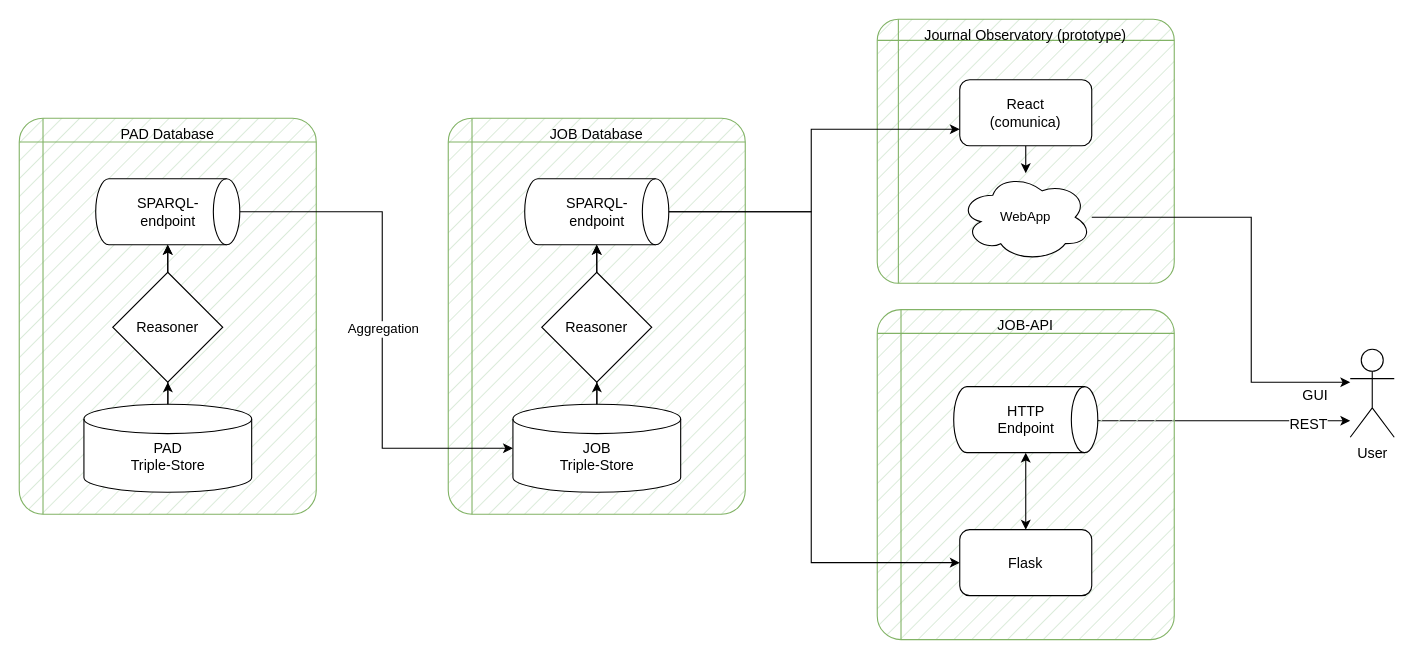
Before: page "Prototype" (4 of 4) of docs/job_prototype.drawio in CWTSLeiden/Journal-Observatory-data, a draw.io diagram. Source tidied: cells renumbered, new cells numbered last; positions are measured from the earlier drawing's top-left corner, leaving out a move shared by most shapes. Both pictures are drawn from the tidied source at 110%, with x=0, y=0 at pixel (19, 19).
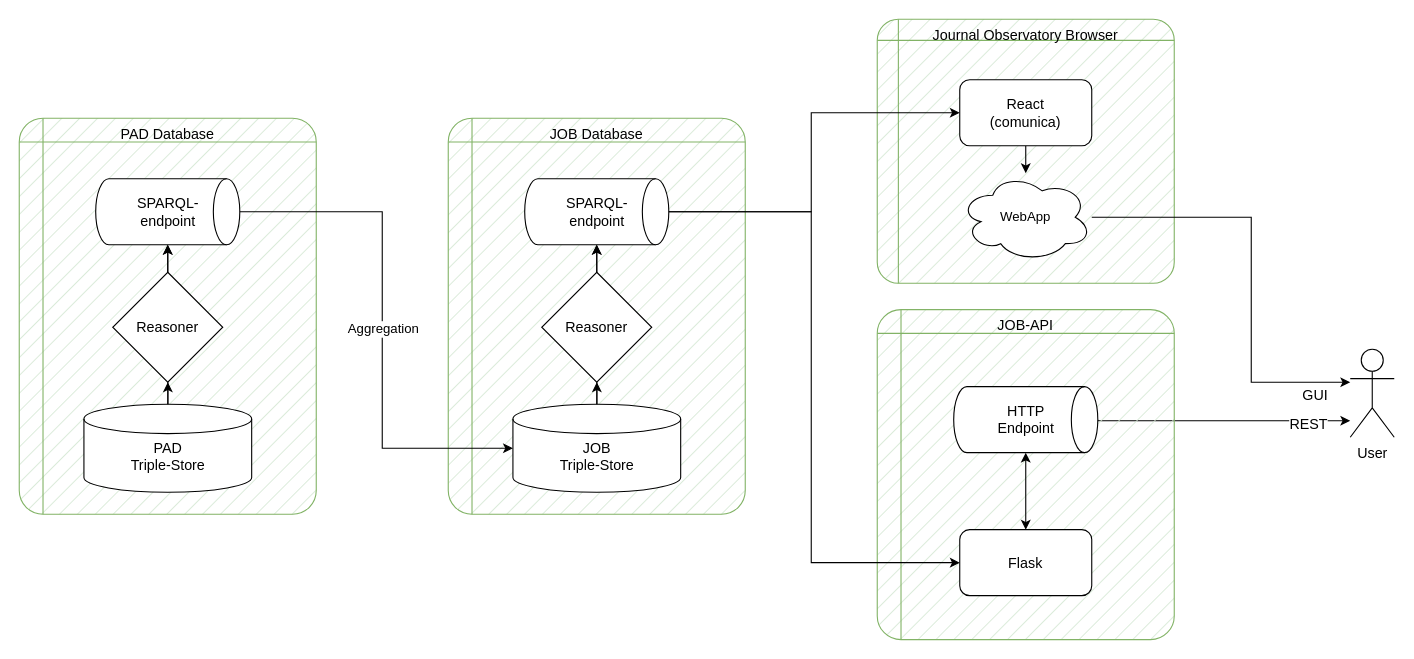
Above is the later version.

Unchanged cells that the change refers to:
```xml
<mxCell id="10" style="group;" parent="1" vertex="1">
  <mxGeometry x="780" width="270" height="240" as="geometry" />
</mxCell>
<mxCell id="13" value="React&lt;br&gt;(comunica)" style="rounded=1;whiteSpace=wrap;html=1;fillStyle=auto;fontFamily=Helvetica;fontSize=13;strokeWidth=1;fontStyle=0;" parent="10" vertex="1">
  <mxGeometry x="75" y="55" width="120" height="60" as="geometry" />
</mxCell>
<mxCell id="28" value="SPARQL-&lt;br style=&quot;font-size: 13px;&quot;&gt;endpoint" style="strokeWidth=1;html=1;shape=mxgraph.flowchart.direct_data;whiteSpace=wrap;fontFamily=Helvetica;fontSize=13;fillColor=default;fontStyle=0;" parent="25" vertex="1">
  <mxGeometry x="69.5" y="55" width="131" height="60" as="geometry" />
</mxCell>
```

Change to the diagram source:
```diff
@@
-    <mxCell id="11" value="&lt;div style=&quot;font-size: 13px;&quot;&gt;&lt;span style=&quot;background-color: initial; font-size: 13px;&quot;&gt;Journal Observatory (prototype)&lt;/span&gt;&lt;/div&gt;" style="shape=internalStorage;whiteSpace=wrap;html=1;dx=15;dy=15;rounded=1;arcSize=8;strokeWidth=1;fontFamily=Helvetica;fontSize=13;align=center;verticalAlign=top;fillColor=#d5e8d4;fillStyle=hatch;strokeColor=#82b366;fontStyle=0;" parent="10" vertex="1">
+    <mxCell id="11" value="&lt;div style=&quot;font-size: 13px;&quot;&gt;&lt;span style=&quot;background-color: initial; font-size: 13px;&quot;&gt;Journal Observatory Browser&lt;/span&gt;&lt;/div&gt;" style="shape=internalStorage;whiteSpace=wrap;html=1;dx=15;dy=15;rounded=1;arcSize=8;strokeWidth=1;fontFamily=Helvetica;fontSize=13;align=center;verticalAlign=top;fillColor=#d5e8d4;fillStyle=hatch;strokeColor=#82b366;fontStyle=0;" parent="10" vertex="1">
       <mxGeometry width="270" height="240" as="geometry" />
     </mxCell>
@@
-    <mxCell id="35" style="edgeStyle=orthogonalEdgeStyle;rounded=0;jettySize=auto;html=1;entryX=0;entryY=0.75;entryDx=0;entryDy=0;fontFamily=Helvetica;fontSize=12;" parent="1" edge="1" source="28" target="13">
+    <mxCell id="35" style="edgeStyle=orthogonalEdgeStyle;rounded=0;jettySize=auto;html=1;fontFamily=Helvetica;fontSize=12;" parent="1" edge="1" source="28" target="13">
       <mxGeometry relative="1" as="geometry">
         <Array as="points">
           <mxPoint x="720" y="175" />
-          <mxPoint x="720" y="100" />
+          <mxPoint x="720" y="85" />
         </Array>
       </mxGeometry>
     </mxCell>
```
